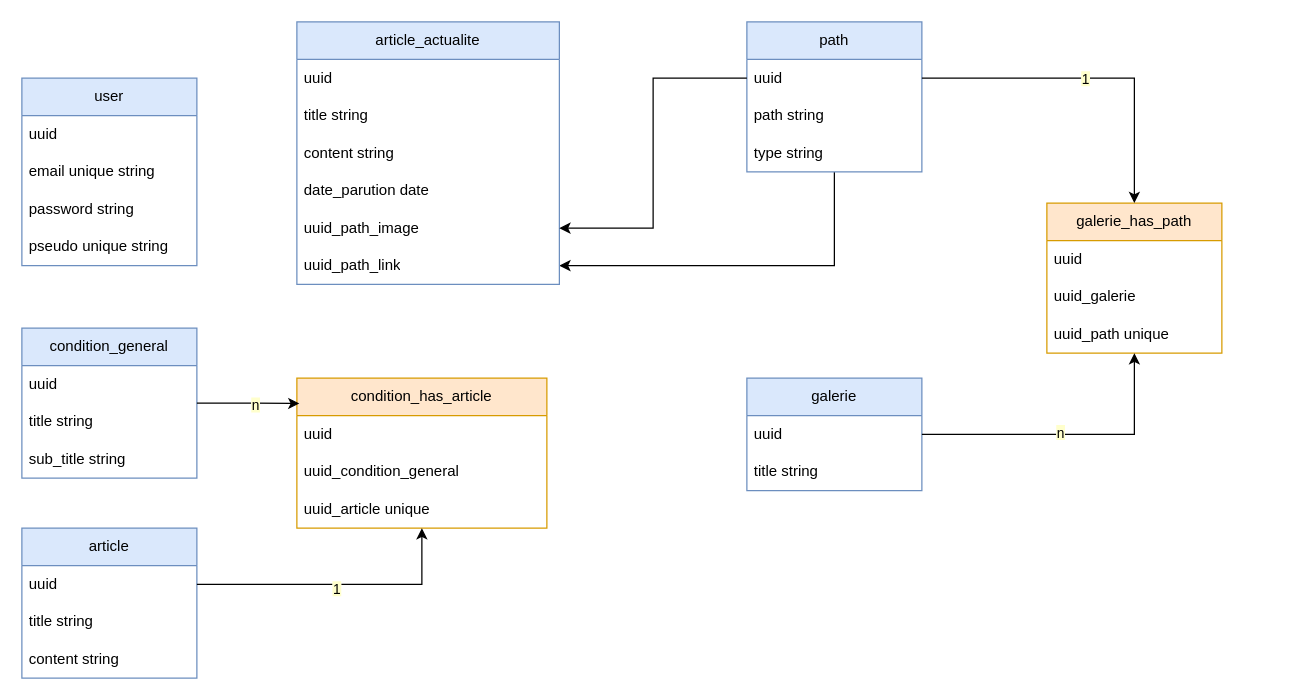
Before: docs/mcd-hestia.drawio in nsevendev/hestia, a draw.io diagram. Source tidied: cells renumbered, new cells numbered last; positions are measured from the earlier drawing's top-left corner, leaving out a move shared by most shapes. Both pictures are drawn from the tidied source at 125%, with x=0, y=0 at pixel (21, 21).
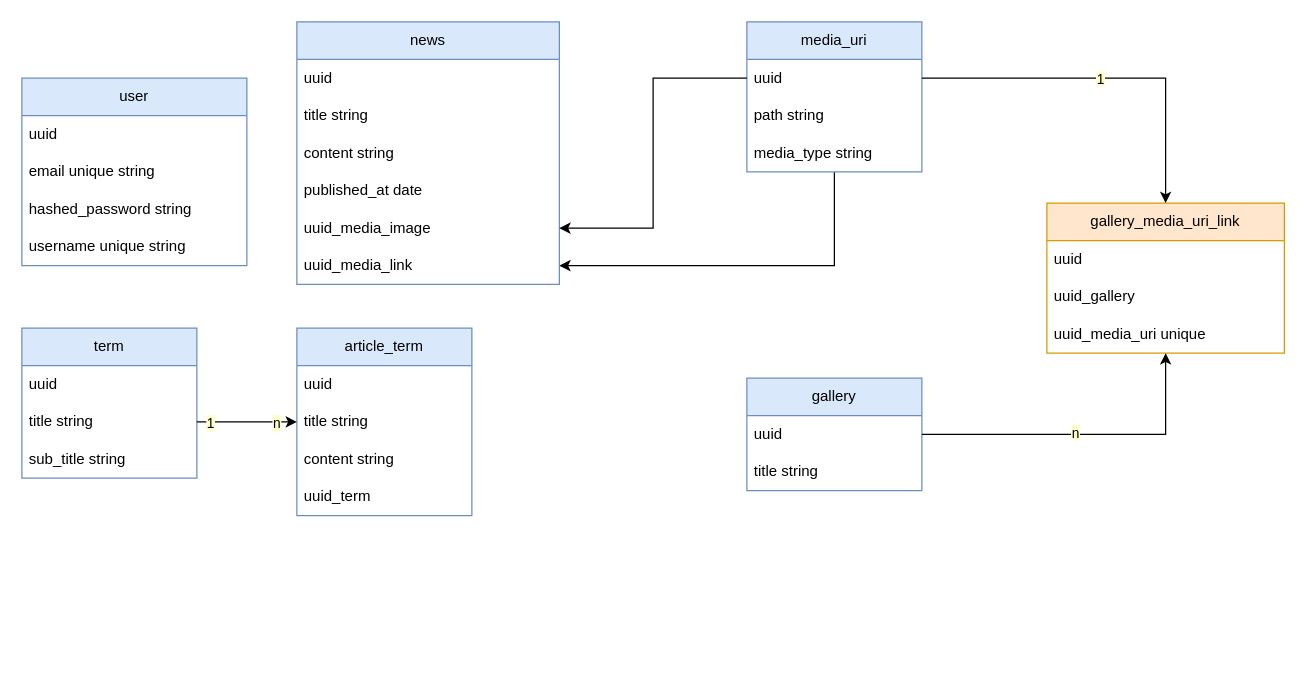
After the change.

Commit message:
doc : finish mcd

The change refers to these unchanged cells:
```xml
<mxCell id="9" value="title string" style="text;strokeColor=none;fillColor=none;align=left;verticalAlign=middle;spacingLeft=4;spacingRight=4;overflow=hidden;points=[[0,0.5],[1,0.5]];portConstraint=eastwest;whiteSpace=wrap;html=1;" parent="7" vertex="1">
  <mxGeometry y="60" width="140" height="30" as="geometry" />
</mxCell>
<mxCell id="24" value="uuid" style="text;strokeColor=none;fillColor=none;align=left;verticalAlign=middle;spacingLeft=4;spacingRight=4;overflow=hidden;points=[[0,0.5],[1,0.5]];portConstraint=eastwest;whiteSpace=wrap;html=1;" parent="23" vertex="1">
  <mxGeometry y="30" width="140" height="30" as="geometry" />
</mxCell>
<mxCell id="25" value="title string" style="text;strokeColor=none;fillColor=none;align=left;verticalAlign=middle;spacingLeft=4;spacingRight=4;overflow=hidden;points=[[0,0.5],[1,0.5]];portConstraint=eastwest;whiteSpace=wrap;html=1;" parent="23" vertex="1">
  <mxGeometry y="60" width="140" height="30" as="geometry" />
</mxCell>
```

Diff of the diagram source:
```diff
@@
     <mxCell id="2" value="user" style="swimlane;fontStyle=0;horizontal=1;startSize=30;whiteSpace=wrap;html=1;fillColor=#dae8fc;strokeColor=#6c8ebf;" parent="1" vertex="1">
-      <mxGeometry y="45" width="140" height="150" as="geometry" />
+      <mxGeometry y="45" width="180" height="150" as="geometry" />
     </mxCell>
     <mxCell id="3" value="uuid" style="text;strokeColor=none;fillColor=none;align=left;verticalAlign=middle;spacingLeft=4;spacingRight=4;overflow=hidden;whiteSpace=wrap;html=1;" parent="2" vertex="1">
-      <mxGeometry y="30" width="140" height="30" as="geometry" />
+      <mxGeometry y="30" width="180" height="30" as="geometry" />
     </mxCell>
     <mxCell id="4" value="email unique string" style="text;strokeColor=none;fillColor=none;align=left;verticalAlign=middle;spacingLeft=4;spacingRight=4;overflow=hidden;whiteSpace=wrap;html=1;" parent="2" vertex="1">
-      <mxGeometry y="60" width="140" height="30" as="geometry" />
+      <mxGeometry y="60" width="180" height="30" as="geometry" />
     </mxCell>
-    <mxCell id="5" value="password string" style="text;strokeColor=none;fillColor=none;align=left;verticalAlign=middle;spacingLeft=4;spacingRight=4;overflow=hidden;whiteSpace=wrap;html=1;" parent="2" vertex="1">
-      <mxGeometry y="90" width="140" height="30" as="geometry" />
+    <mxCell id="5" value="hashed_password&amp;nbsp;string" style="text;strokeColor=none;fillColor=none;align=left;verticalAlign=middle;spacingLeft=4;spacingRight=4;overflow=hidden;whiteSpace=wrap;html=1;" parent="2" vertex="1">
+      <mxGeometry y="90" width="180" height="30" as="geometry" />
     </mxCell>
-    <mxCell id="6" value="pseudo unique string" style="text;strokeColor=none;fillColor=none;align=left;verticalAlign=middle;spacingLeft=4;spacingRight=4;overflow=hidden;whiteSpace=wrap;html=1;" parent="2" vertex="1">
-      <mxGeometry y="120" width="140" height="30" as="geometry" />
+    <mxCell id="6" value="username unique string" style="text;strokeColor=none;fillColor=none;align=left;verticalAlign=middle;spacingLeft=4;spacingRight=4;overflow=hidden;whiteSpace=wrap;html=1;" parent="2" vertex="1">
+      <mxGeometry y="120" width="180" height="30" as="geometry" />
     </mxCell>
-    <mxCell id="7" value="condition_general" style="swimlane;fontStyle=0;horizontal=1;startSize=30;whiteSpace=wrap;html=1;fillColor=#dae8fc;strokeColor=#6c8ebf;" parent="1" vertex="1">
+    <mxCell id="7" value="term" style="swimlane;fontStyle=0;horizontal=1;startSize=30;whiteSpace=wrap;html=1;fillColor=#dae8fc;strokeColor=#6c8ebf;" parent="1" vertex="1">
       <mxGeometry y="245" width="140" height="120" as="geometry" />
     </mxCell>
@@
-    <mxCell id="12" value="path" style="swimlane;fontStyle=0;horizontal=1;startSize=30;whiteSpace=wrap;html=1;fillColor=#dae8fc;strokeColor=#6c8ebf;" parent="1" vertex="1">
+    <mxCell id="12" value="media_uri" style="swimlane;fontStyle=0;horizontal=1;startSize=30;whiteSpace=wrap;html=1;fillColor=#dae8fc;strokeColor=#6c8ebf;" parent="1" vertex="1">
       <mxGeometry x="580" width="140" height="120" as="geometry" />
     </mxCell>
@@
-    <mxCell id="15" value="type string" style="text;strokeColor=none;fillColor=none;align=left;verticalAlign=middle;spacingLeft=4;spacingRight=4;overflow=hidden;whiteSpace=wrap;html=1;" parent="12" vertex="1">
+    <mxCell id="15" value="media_type string" style="text;strokeColor=none;fillColor=none;align=left;verticalAlign=middle;spacingLeft=4;spacingRight=4;overflow=hidden;whiteSpace=wrap;html=1;" parent="12" vertex="1">
       <mxGeometry y="90" width="140" height="30" as="geometry" />
     </mxCell>
-    <mxCell id="16" value="article_actualite" style="swimlane;fontStyle=0;horizontal=1;startSize=30;whiteSpace=wrap;html=1;fillColor=#dae8fc;strokeColor=#6c8ebf;" parent="1" vertex="1">
+    <mxCell id="16" value="news" style="swimlane;fontStyle=0;horizontal=1;startSize=30;whiteSpace=wrap;html=1;fillColor=#dae8fc;strokeColor=#6c8ebf;" parent="1" vertex="1">
       <mxGeometry x="220" width="210" height="210" as="geometry" />
     </mxCell>
@@
-    <mxCell id="20" value="date_parution date" style="text;strokeColor=none;fillColor=none;align=left;verticalAlign=middle;spacingLeft=4;spacingRight=4;overflow=hidden;whiteSpace=wrap;html=1;" parent="16" vertex="1">
+    <mxCell id="20" value="published_at&amp;nbsp;date" style="text;strokeColor=none;fillColor=none;align=left;verticalAlign=middle;spacingLeft=4;spacingRight=4;overflow=hidden;whiteSpace=wrap;html=1;" parent="16" vertex="1">
       <mxGeometry y="120" width="210" height="30" as="geometry" />
     </mxCell>
-    <mxCell id="21" value="uuid_path_image" style="text;strokeColor=none;fillColor=none;align=left;verticalAlign=middle;spacingLeft=4;spacingRight=4;overflow=hidden;points=[[0,0.5],[1,0.5]];portConstraint=eastwest;whiteSpace=wrap;html=1;" parent="16" vertex="1">
+    <mxCell id="21" value="uuid_media_image" style="text;strokeColor=none;fillColor=none;align=left;verticalAlign=middle;spacingLeft=4;spacingRight=4;overflow=hidden;points=[[0,0.5],[1,0.5]];portConstraint=eastwest;whiteSpace=wrap;html=1;" parent="16" vertex="1">
       <mxGeometry y="150" width="210" height="30" as="geometry" />
     </mxCell>
-    <mxCell id="22" value="uuid_path_link" style="text;strokeColor=none;fillColor=none;align=left;verticalAlign=middle;spacingLeft=4;spacingRight=4;overflow=hidden;points=[[0,0.5],[1,0.5]];portConstraint=eastwest;whiteSpace=wrap;html=1;" parent="16" vertex="1">
+    <mxCell id="22" value="uuid_media_link" style="text;strokeColor=none;fillColor=none;align=left;verticalAlign=middle;spacingLeft=4;spacingRight=4;overflow=hidden;points=[[0,0.5],[1,0.5]];portConstraint=eastwest;whiteSpace=wrap;html=1;" parent="16" vertex="1">
       <mxGeometry y="180" width="210" height="30" as="geometry" />
     </mxCell>
-    <mxCell id="23" value="article" style="swimlane;fontStyle=0;horizontal=1;startSize=30;whiteSpace=wrap;html=1;fillColor=#dae8fc;strokeColor=#6c8ebf;" parent="1" vertex="1">
-      <mxGeometry y="405" width="140" height="120" as="geometry" />
+    <mxCell id="23" value="article_term" style="swimlane;fontStyle=0;horizontal=1;startSize=30;whiteSpace=wrap;html=1;fillColor=#dae8fc;strokeColor=#6c8ebf;" parent="1" vertex="1">
+      <mxGeometry x="220" y="245" width="140" height="150" as="geometry" />
     </mxCell>
@@
-    <mxCell id="27" value="condition_has_article" style="swimlane;fontStyle=0;horizontal=1;startSize=30;whiteSpace=wrap;html=1;fillColor=#ffe6cc;strokeColor=#d79b00;" parent="1" vertex="1">
-      <mxGeometry x="220" y="285" width="200" height="120" as="geometry" />
-    </mxCell>
-    <mxCell id="28" value="uuid" style="text;strokeColor=none;fillColor=none;align=left;verticalAlign=middle;spacingLeft=4;spacingRight=4;overflow=hidden;whiteSpace=wrap;html=1;" parent="27" vertex="1">
-      <mxGeometry y="30" width="200" height="30" as="geometry" />
-    </mxCell>
-    <mxCell id="29" value="uuid_condition_general" style="text;strokeColor=none;fillColor=none;align=left;verticalAlign=middle;spacingLeft=4;spacingRight=4;overflow=hidden;whiteSpace=wrap;html=1;" parent="27" vertex="1">
-      <mxGeometry y="60" width="200" height="30" as="geometry" />
-    </mxCell>
-    <mxCell id="30" value="uuid_article unique" style="text;strokeColor=none;fillColor=none;align=left;verticalAlign=middle;spacingLeft=4;spacingRight=4;overflow=hidden;whiteSpace=wrap;html=1;" parent="27" vertex="1">
-      <mxGeometry y="90" width="200" height="30" as="geometry" />
-    </mxCell>
-    <mxCell id="31" style="edgeStyle=orthogonalEdgeStyle;rounded=0;jettySize=auto;html=1;entryX=0.01;entryY=0.169;entryDx=0;entryDy=0;entryPerimeter=0;" parent="1" edge="1" source="7" target="27">
-      <mxGeometry relative="1" as="geometry" />
-    </mxCell>
-    <mxCell id="32" value="&lt;span style=&quot;background-color: rgb(255, 255, 204);&quot;&gt;n&lt;/span&gt;" style="edgeLabel;html=1;align=center;verticalAlign=middle;" parent="31" vertex="1">
-      <mxGeometry x="0.51" y="-1" relative="1" as="geometry">
-        <mxPoint x="-15" as="offset" />
-      </mxGeometry>
-    </mxCell>
-    <mxCell id="33" style="edgeStyle=orthogonalEdgeStyle;rounded=0;jettySize=auto;html=1;" parent="1" edge="1" source="24" target="27">
-      <mxGeometry relative="1" as="geometry" />
-    </mxCell>
-    <mxCell id="34" value="&lt;span style=&quot;background-color: rgb(255, 255, 204);&quot;&gt;1&lt;/span&gt;" style="edgeLabel;html=1;align=center;verticalAlign=middle;" parent="33" vertex="1">
-      <mxGeometry x="-0.01" y="-3" relative="1" as="geometry" />
-    </mxCell>
+    <mxCell id="47" value="uuid_term" style="text;strokeColor=none;fillColor=none;align=left;verticalAlign=middle;spacingLeft=4;spacingRight=4;overflow=hidden;whiteSpace=wrap;html=1;" parent="23" vertex="1">
+      <mxGeometry y="120" width="140" height="30" as="geometry" />
+    </mxCell>
@@
-    <mxCell id="36" value="galerie" style="swimlane;fontStyle=0;horizontal=1;startSize=30;whiteSpace=wrap;html=1;fillColor=#dae8fc;strokeColor=#6c8ebf;" parent="1" vertex="1">
+    <mxCell id="36" value="gallery" style="swimlane;fontStyle=0;horizontal=1;startSize=30;whiteSpace=wrap;html=1;fillColor=#dae8fc;strokeColor=#6c8ebf;" parent="1" vertex="1">
       <mxGeometry x="580" y="285" width="140" height="90" as="geometry" />
     </mxCell>
@@
-    <mxCell id="39" value="galerie_has_path" style="swimlane;fontStyle=0;horizontal=1;startSize=30;whiteSpace=wrap;html=1;fillColor=#ffe6cc;strokeColor=#d79b00;" parent="1" vertex="1">
-      <mxGeometry x="820" y="145" width="140" height="120" as="geometry" />
+    <mxCell id="39" value="gallery_media_&lt;span style=&quot;color: rgb(0, 0, 0);&quot;&gt;uri&lt;/span&gt;_link" style="swimlane;fontStyle=0;horizontal=1;startSize=30;whiteSpace=wrap;html=1;fillColor=#ffe6cc;strokeColor=#d79b00;" parent="1" vertex="1">
+      <mxGeometry x="820" y="145" width="190" height="120" as="geometry" />
     </mxCell>
     <mxCell id="40" value="uuid" style="text;strokeColor=none;fillColor=none;align=left;verticalAlign=middle;spacingLeft=4;spacingRight=4;overflow=hidden;whiteSpace=wrap;html=1;" parent="39" vertex="1">
-      <mxGeometry y="30" width="140" height="30" as="geometry" />
+      <mxGeometry y="30" width="190" height="30" as="geometry" />
     </mxCell>
-    <mxCell id="41" value="uuid_galerie" style="text;strokeColor=none;fillColor=none;align=left;verticalAlign=middle;spacingLeft=4;spacingRight=4;overflow=hidden;whiteSpace=wrap;html=1;" parent="39" vertex="1">
-      <mxGeometry y="60" width="140" height="30" as="geometry" />
+    <mxCell id="41" value="uuid_gallery" style="text;strokeColor=none;fillColor=none;align=left;verticalAlign=middle;spacingLeft=4;spacingRight=4;overflow=hidden;whiteSpace=wrap;html=1;" parent="39" vertex="1">
+      <mxGeometry y="60" width="190" height="30" as="geometry" />
     </mxCell>
-    <mxCell id="42" value="uuid_path unique" style="text;strokeColor=none;fillColor=none;align=left;verticalAlign=middle;spacingLeft=4;spacingRight=4;overflow=hidden;whiteSpace=wrap;html=1;" parent="39" vertex="1">
-      <mxGeometry y="90" width="140" height="30" as="geometry" />
+    <mxCell id="42" value="uuid_media_&lt;span style=&quot;color: rgb(0, 0, 0); text-align: center;&quot;&gt;uri&lt;/span&gt;&amp;nbsp;unique" style="text;strokeColor=none;fillColor=none;align=left;verticalAlign=middle;spacingLeft=4;spacingRight=4;overflow=hidden;whiteSpace=wrap;html=1;" parent="39" vertex="1">
+      <mxGeometry y="90" width="190" height="30" as="geometry" />
     </mxCell>
@@
+    <mxCell id="48" style="edgeStyle=none;html=1;entryX=0;entryY=0.5;entryDx=0;entryDy=0;" parent="1" edge="1" source="9" target="25">
+      <mxGeometry relative="1" as="geometry" />
+    </mxCell>
+    <mxCell id="32" value="n" style="edgeLabel;html=1;align=center;verticalAlign=middle;labelBackgroundColor=#FFFFCC;" parent="48" vertex="1">
+      <mxGeometry x="0.57" relative="1" as="geometry" />
+    </mxCell>
+    <mxCell id="34" value="1" style="edgeLabel;html=1;align=center;verticalAlign=middle;labelBackgroundColor=#FFFFCC;" parent="48" vertex="1">
+      <mxGeometry x="-0.74" relative="1" as="geometry" />
+    </mxCell>
```
